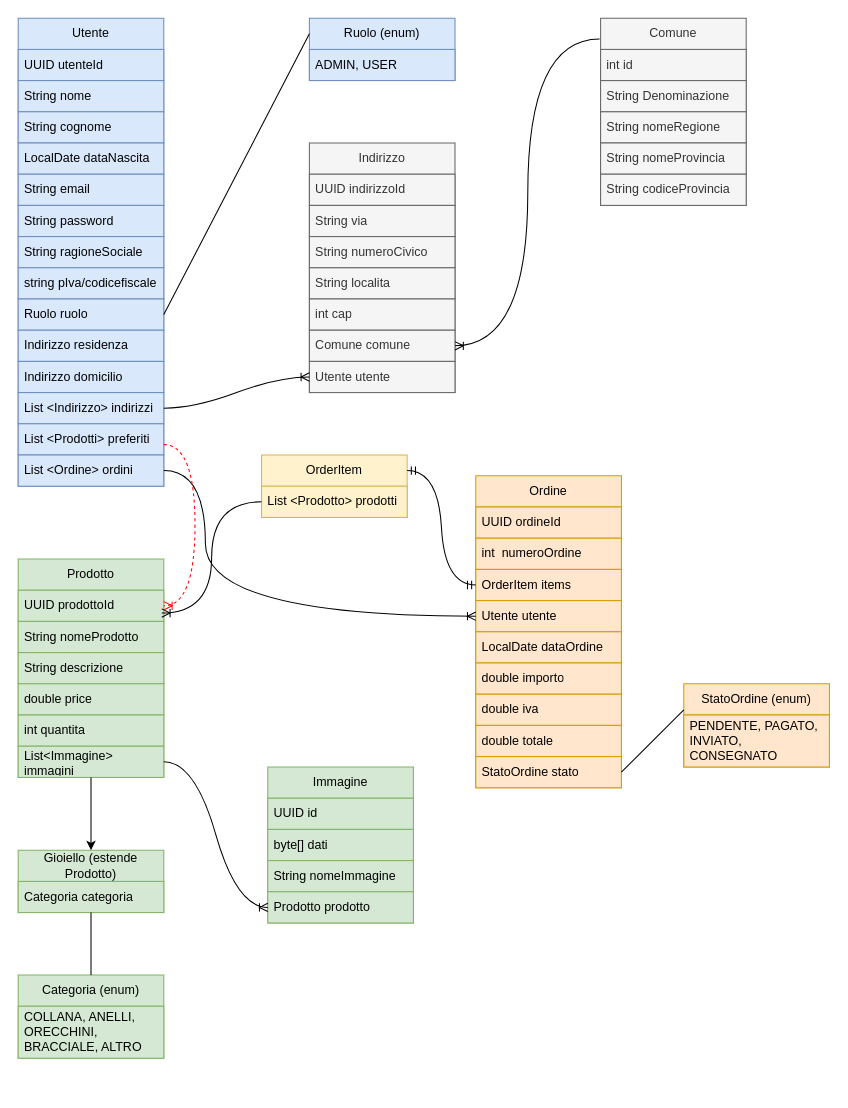
Earlier version of the draw.io diagram Diagramma_Classi_Capstone.drawio (WalterBarbieri/Corso_Epicode_Capstone_Project). Source tidied: cells renumbered, new cells numbered last; positions are measured from the earlier drawing's top-left corner, leaving out a move shared by most shapes. Both pictures are drawn from the tidied source at 104%, with x=0, y=0 at pixel (18, 18).
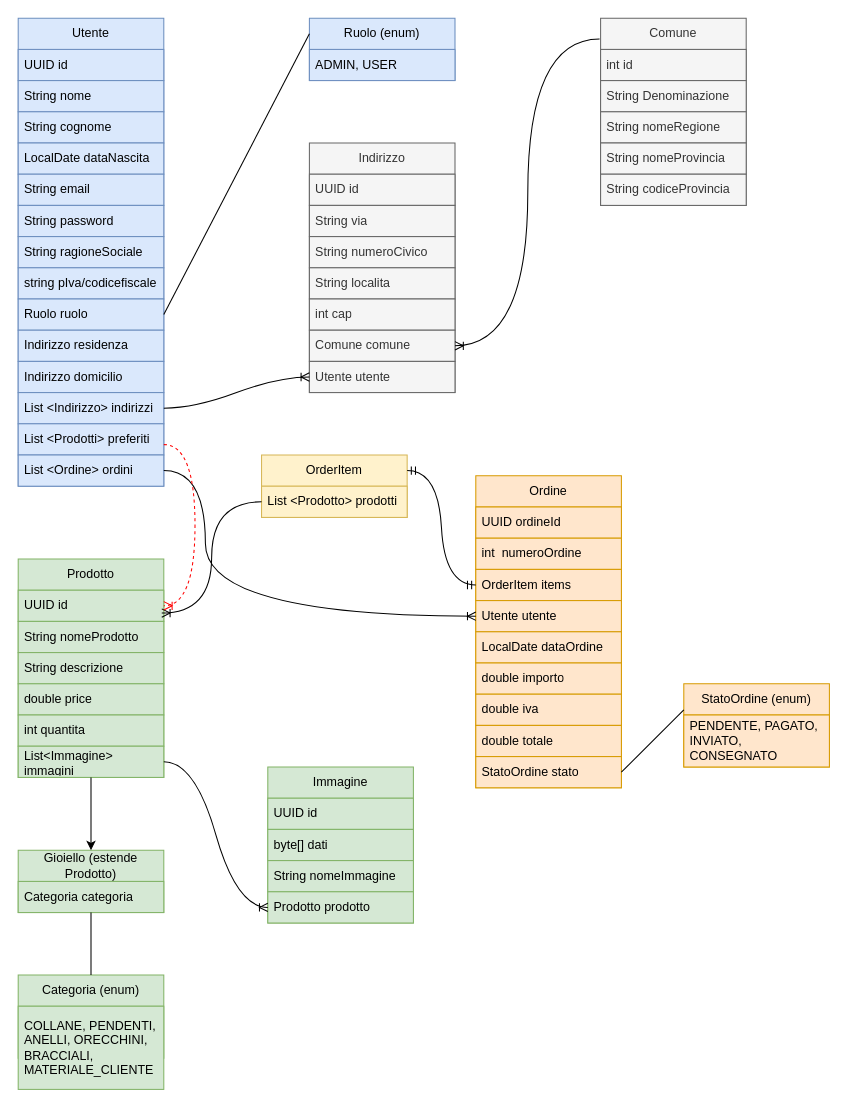
The same page after the edit.

Unchanged cells that the change refers to:
```xml
<mxCell id="2" value="Utente" style="swimlane;fontStyle=0;horizontal=1;startSize=30;whiteSpace=wrap;html=1;fillColor=#dae8fc;strokeColor=#6c8ebf;" parent="1" vertex="1">
  <mxGeometry width="140" height="450" as="geometry" />
</mxCell>
<mxCell id="17" value="Indirizzo" style="swimlane;fontStyle=0;horizontal=1;startSize=30;whiteSpace=wrap;html=1;fillColor=#f5f5f5;strokeColor=#666666;fontColor=#333333;" parent="1" vertex="1">
  <mxGeometry x="280" y="120" width="140" height="240" as="geometry" />
</mxCell>
<mxCell id="36" value="Prodotto" style="swimlane;fontStyle=0;horizontal=1;startSize=30;whiteSpace=wrap;html=1;fillColor=#d5e8d4;strokeColor=#82b366;" parent="1" vertex="1">
  <mxGeometry y="520" width="140" height="210" as="geometry" />
</mxCell>
<mxCell id="46" value="Categoria (enum)" style="swimlane;fontStyle=0;horizontal=1;startSize=30;whiteSpace=wrap;html=1;fillColor=#d5e8d4;strokeColor=#82b366;" parent="1" vertex="1">
  <mxGeometry y="920" width="140" height="80" as="geometry" />
</mxCell>
```

Diff of the diagram source:
```diff
@@
-    <mxCell id="3" value="UUID utenteId" style="text;strokeColor=#6c8ebf;fillColor=#dae8fc;align=left;verticalAlign=middle;spacingLeft=4;spacingRight=4;overflow=hidden;whiteSpace=wrap;html=1;" parent="2" vertex="1">
+    <mxCell id="3" value="UUID id" style="text;strokeColor=#6c8ebf;fillColor=#dae8fc;align=left;verticalAlign=middle;spacingLeft=4;spacingRight=4;overflow=hidden;whiteSpace=wrap;html=1;" parent="2" vertex="1">
       <mxGeometry y="30" width="140" height="30" as="geometry" />
     </mxCell>
@@
-    <mxCell id="18" value="UUID indirizzoId" style="text;strokeColor=#666666;fillColor=#f5f5f5;align=left;verticalAlign=middle;spacingLeft=4;spacingRight=4;overflow=hidden;whiteSpace=wrap;html=1;fontColor=#333333;" parent="17" vertex="1">
+    <mxCell id="18" value="UUID id" style="text;strokeColor=#666666;fillColor=#f5f5f5;align=left;verticalAlign=middle;spacingLeft=4;spacingRight=4;overflow=hidden;whiteSpace=wrap;html=1;fontColor=#333333;" parent="17" vertex="1">
       <mxGeometry y="30" width="140" height="30" as="geometry" />
     </mxCell>
@@
-    <mxCell id="37" value="UUID prodottoId" style="text;strokeColor=#82b366;fillColor=#d5e8d4;align=left;verticalAlign=middle;spacingLeft=4;spacingRight=4;overflow=hidden;points=[[0,0.5],[1,0.5]];portConstraint=eastwest;whiteSpace=wrap;html=1;" parent="36" vertex="1">
+    <mxCell id="37" value="UUID id" style="text;strokeColor=#82b366;fillColor=#d5e8d4;align=left;verticalAlign=middle;spacingLeft=4;spacingRight=4;overflow=hidden;points=[[0,0.5],[1,0.5]];portConstraint=eastwest;whiteSpace=wrap;html=1;" parent="36" vertex="1">
       <mxGeometry y="30" width="140" height="30" as="geometry" />
     </mxCell>
@@
-    <mxCell id="47" value="COLLANA, ANELLI, ORECCHINI, BRACCIALE, ALTRO" style="text;strokeColor=#82b366;fillColor=#d5e8d4;align=left;verticalAlign=middle;spacingLeft=4;spacingRight=4;overflow=hidden;whiteSpace=wrap;html=1;" parent="46" vertex="1">
-      <mxGeometry y="30" width="140" height="50" as="geometry" />
-    </mxCell>
@@
+    <mxCell id="47" value="COLLANE, PENDENTI, ANELLI, ORECCHINI, BRACCIALI, MATERIALE_CLIENTE" style="text;strokeColor=#82b366;fillColor=#d5e8d4;align=left;verticalAlign=middle;spacingLeft=4;spacingRight=4;overflow=hidden;whiteSpace=wrap;html=1;" parent="1" vertex="1">
+      <mxGeometry y="950" width="140" height="80" as="geometry" />
+    </mxCell>
```
